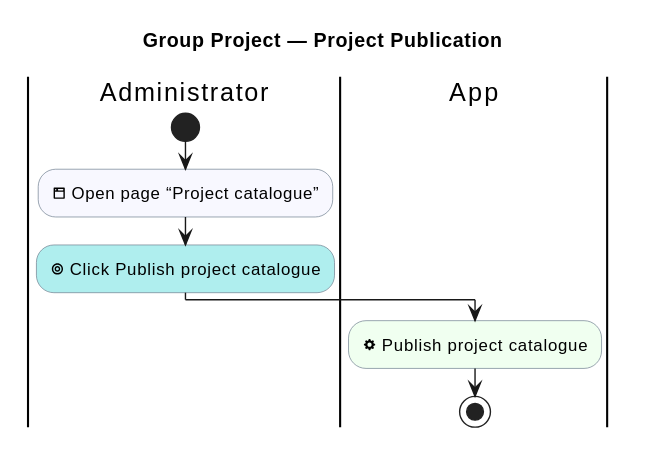
The PlantUML diagram industrial-placement-group-project/diagrams/group-project/project-publication.svg in sdflkjssl/sdflkjssl.github.io, before a commit.
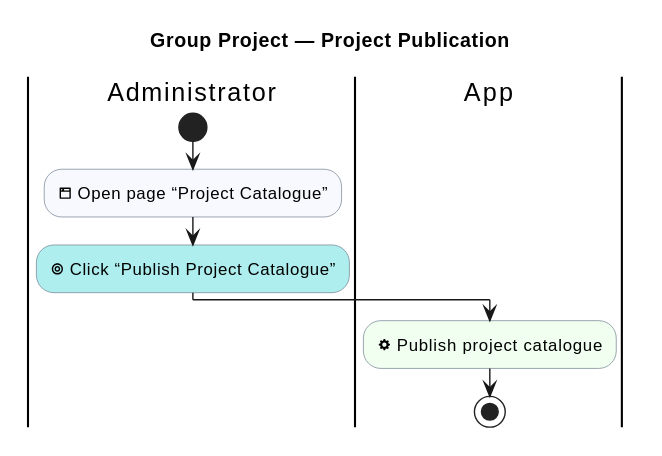
Above is the later version.

Change to the diagram source:
```diff
@@ -12,8 +12,8 @@
 
 |Administrator|
 start
-:<&browser> Open page “Project catalogue”; <<#GhostWhite>>
-:<&target> Click Publish project catalogue; <<#PaleTurquoise>>
+:<&browser> Open page “Project Catalogue”; <<#GhostWhite>>
+:<&target> Click “Publish Project Catalogue”; <<#PaleTurquoise>>
 |App|
 :<&cog> Publish project catalogue; <<#HoneyDew>>
 stop
```
